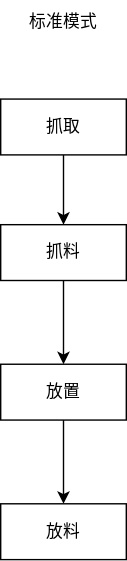
Earlier version of the draw.io export drawio/易码流程图.svg (Stolorzs/Picgo). Source tidied: cells renumbered, new cells last; positions are measured from the earlier drawing's top-left corner, leaving out a move shared by most shapes.
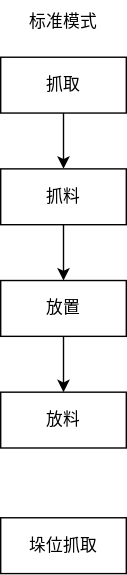
After the commit.

Commit message:
更新易码流程图.svg

Diff of the diagram source:
```diff
@@ -6,13 +6,13 @@
       <mxGeometry relative="1" as="geometry" />
     </mxCell>
     <mxCell id="3" value="抓取" style="rounded=0;whiteSpace=wrap;html=1;" parent="1" vertex="1">
-      <mxGeometry y="70" width="90" height="40" as="geometry" />
+      <mxGeometry y="40" width="90" height="40" as="geometry" />
     </mxCell>
     <mxCell id="4" style="edgeStyle=orthogonalEdgeStyle;rounded=0;jettySize=auto;html=1;" parent="1" edge="1" source="5" target="9">
       <mxGeometry relative="1" as="geometry" />
     </mxCell>
     <mxCell id="5" value="放置" style="rounded=0;whiteSpace=wrap;html=1;" parent="1" vertex="1">
-      <mxGeometry y="260" width="90" height="40" as="geometry" />
+      <mxGeometry y="200" width="90" height="40" as="geometry" />
     </mxCell>
     <mxCell id="6" value="标准模式" style="text;html=1;align=center;verticalAlign=middle;whiteSpace=wrap;rounded=0;" parent="1" vertex="1">
       <mxGeometry x="15" width="60" height="30" as="geometry" />
@@ -21,10 +21,13 @@
       <mxGeometry relative="1" as="geometry" />
     </mxCell>
     <mxCell id="8" value="抓料" style="rounded=0;whiteSpace=wrap;html=1;" parent="1" vertex="1">
-      <mxGeometry y="160" width="90" height="40" as="geometry" />
+      <mxGeometry y="120" width="90" height="40" as="geometry" />
     </mxCell>
     <mxCell id="9" value="放料" style="rounded=0;whiteSpace=wrap;html=1;" parent="1" vertex="1">
-      <mxGeometry y="360" width="90" height="40" as="geometry" />
+      <mxGeometry y="280" width="90" height="40" as="geometry" />
     </mxCell>
+    <mxCell id="10" value="垛位抓取" style="rounded=0;whiteSpace=wrap;html=1;" parent="1" vertex="1">
+      <mxGeometry y="370" width="90" height="40" as="geometry" />
+    </mxCell>
   </root>
 </mxGraphModel>
```
